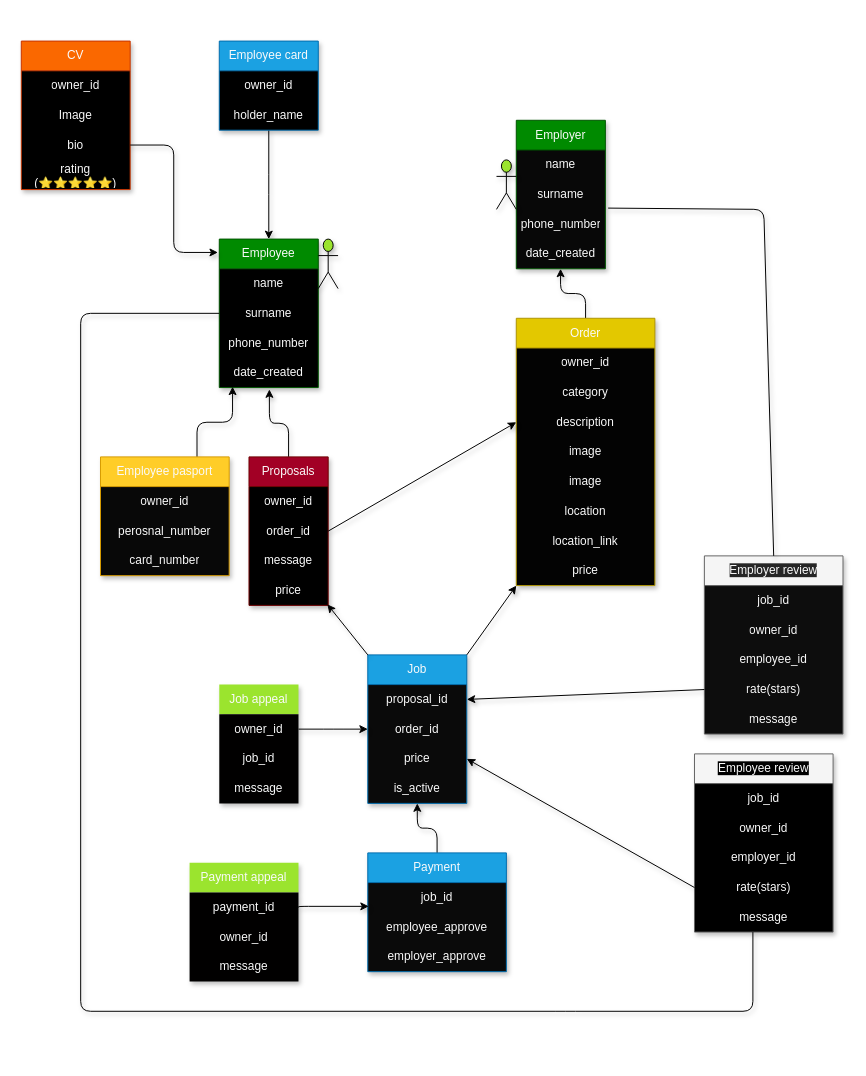
Before: draw.drawio in Labbay-Hizmatizda/Employer-bot-telegram, a draw.io diagram. Source tidied: cells renumbered, new cells numbered last; positions are measured from the earlier drawing's top-left corner, leaving out a move shared by most shapes. Both pictures are drawn from the tidied source at 99%, with x=0, y=0 at pixel (21, 41).
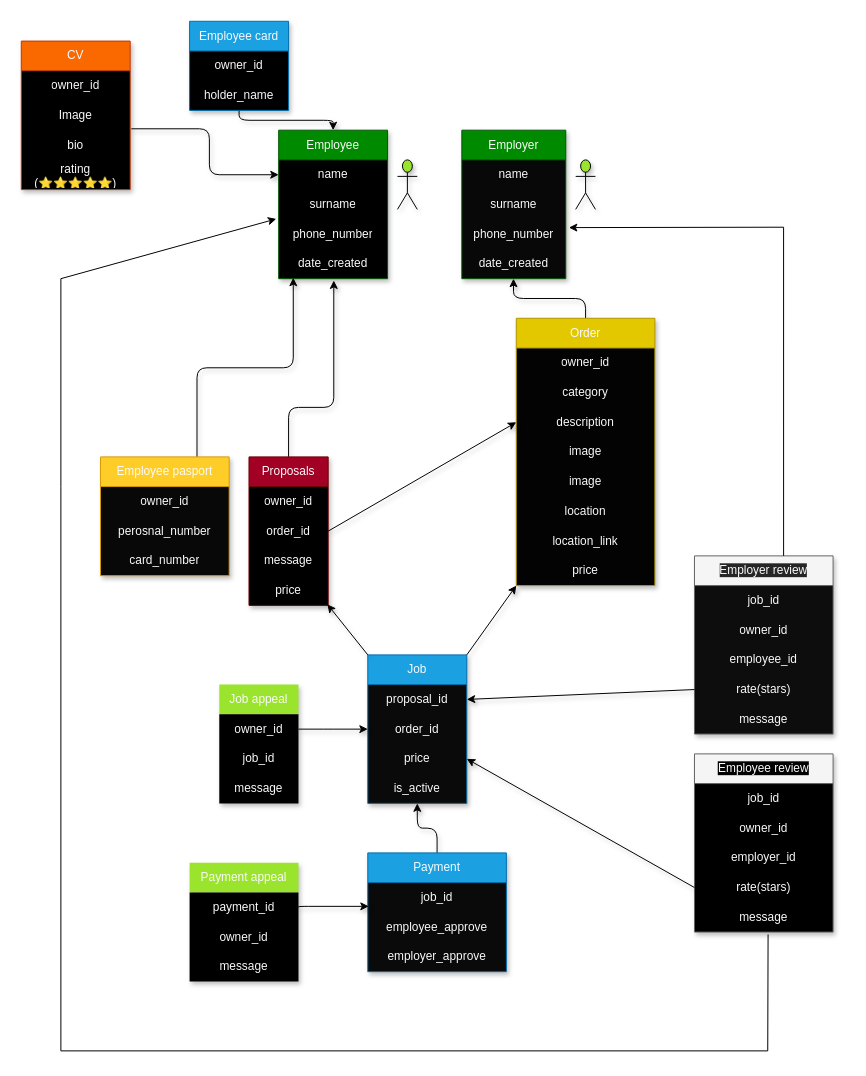
The same page after the edit.

The change refers to these unchanged cells:
```xml
<mxCell id="17" value="Proposals" style="swimlane;fontStyle=0;horizontal=1;startSize=30;whiteSpace=wrap;html=1;fillColor=#a20025;fontColor=#fafafa;strokeColor=#6F0000;swimlaneFillColor=#000000;align=center;labelBackgroundColor=none;shadow=1;" parent="1" vertex="1">
  <mxGeometry x="230" y="420" width="80" height="150" as="geometry" />
</mxCell>
<mxCell id="58" value="bio" style="text;strokeColor=none;fillColor=none;align=center;verticalAlign=middle;spacingLeft=4;spacingRight=4;overflow=hidden;points=[[0,0.5],[1,0.5]];portConstraint=eastwest;whiteSpace=wrap;html=1;fillStyle=cross-hatch;fontColor=#fafafa;labelBackgroundColor=none;shadow=1;" parent="55" vertex="1">
  <mxGeometry y="90" width="110" height="30" as="geometry" />
</mxCell>
<mxCell id="80" value="message" style="text;strokeColor=none;fillColor=none;align=center;verticalAlign=middle;spacingLeft=4;spacingRight=4;overflow=hidden;points=[[0,0.5],[1,0.5]];portConstraint=eastwest;whiteSpace=wrap;html=1;labelBackgroundColor=none;fontColor=#fafafa;shadow=1;" parent="75" vertex="1">
  <mxGeometry y="150" width="140" height="30" as="geometry" />
</mxCell>
```

The edit, as a diff of the source:
```diff
@@
     <mxCell id="3" value="Employee card" style="swimlane;fontStyle=0;horizontal=1;startSize=30;whiteSpace=wrap;html=1;fillColor=#1ba1e2;fontColor=#fafafa;strokeColor=#006EAF;gradientColor=none;swimlaneFillColor=#000000;align=center;labelBackgroundColor=none;shadow=1;" parent="1" vertex="1">
-      <mxGeometry x="200" width="100" height="90" as="geometry" />
+      <mxGeometry x="170" y="-20" width="100" height="90" as="geometry" />
     </mxCell>
@@
     <mxCell id="6" value="Employee" style="swimlane;fontStyle=0;horizontal=1;startSize=30;whiteSpace=wrap;html=1;fillColor=#008a00;fontColor=#fafafa;strokeColor=#005700;swimlaneFillColor=#000000;align=center;labelBackgroundColor=none;shadow=1;" parent="1" vertex="1">
-      <mxGeometry x="200" y="200" width="100" height="150" as="geometry" />
+      <mxGeometry x="260" y="90" width="110" height="150" as="geometry" />
     </mxCell>
     <mxCell id="7" value="name" style="text;strokeColor=none;fillColor=none;align=center;verticalAlign=middle;spacingLeft=4;spacingRight=4;overflow=hidden;points=[[0,0.5],[1,0.5]];portConstraint=eastwest;whiteSpace=wrap;html=1;labelBackgroundColor=none;fontColor=#fafafa;shadow=1;" parent="6" vertex="1">
-      <mxGeometry y="30" width="100" height="30" as="geometry" />
+      <mxGeometry y="30" width="110" height="30" as="geometry" />
     </mxCell>
     <mxCell id="8" value="surname" style="text;strokeColor=none;fillColor=none;align=center;verticalAlign=middle;spacingLeft=4;spacingRight=4;overflow=hidden;points=[[0,0.5],[1,0.5]];portConstraint=eastwest;whiteSpace=wrap;html=1;labelBackgroundColor=none;fontColor=#fafafa;shadow=1;" parent="6" vertex="1">
-      <mxGeometry y="60" width="100" height="30" as="geometry" />
+      <mxGeometry y="60" width="110" height="30" as="geometry" />
     </mxCell>
     <mxCell id="9" value="phone_number" style="text;strokeColor=none;fillColor=none;align=center;verticalAlign=middle;spacingLeft=4;spacingRight=4;overflow=hidden;points=[[0,0.5],[1,0.5]];portConstraint=eastwest;whiteSpace=wrap;html=1;labelBackgroundColor=none;fontColor=#fafafa;shadow=1;" parent="6" vertex="1">
-      <mxGeometry y="90" width="100" height="30" as="geometry" />
+      <mxGeometry y="90" width="110" height="30" as="geometry" />
     </mxCell>
     <mxCell id="10" value="date_created" style="text;strokeColor=none;fillColor=none;align=center;verticalAlign=middle;spacingLeft=4;spacingRight=4;overflow=hidden;points=[[0,0.5],[1,0.5]];portConstraint=eastwest;whiteSpace=wrap;html=1;labelBackgroundColor=none;fontColor=#fafafa;shadow=1;" parent="6" vertex="1">
-      <mxGeometry y="120" width="100" height="30" as="geometry" />
+      <mxGeometry y="120" width="110" height="30" as="geometry" />
     </mxCell>
@@
     <mxCell id="16" style="edgeStyle=elbowEdgeStyle;elbow=vertical;html=1;exitX=0.5;exitY=0;exitDx=0;exitDy=0;entryX=0.506;entryY=1.061;entryDx=0;entryDy=0;entryPerimeter=0;fontColor=#fafafa;align=center;labelBackgroundColor=none;shadow=1;" parent="1" edge="1" source="17" target="10">
-      <mxGeometry relative="1" as="geometry" />
+      <mxGeometry relative="1" as="geometry">
+        <Array as="points">
+          <mxPoint x="290" y="370" />
+        </Array>
+      </mxGeometry>
     </mxCell>
@@
     <mxCell id="37" value="&lt;span style=&quot;background-color: rgb(38, 38, 38);&quot;&gt;Employer review&lt;/span&gt;" style="swimlane;fontStyle=0;horizontal=1;startSize=30;whiteSpace=wrap;html=1;fillColor=#f5f5f5;fontColor=#fafafa;strokeColor=#666666;swimlaneFillColor=#0D0D0D;align=center;labelBackgroundColor=none;shadow=1;" parent="1" vertex="1">
-      <mxGeometry x="690" y="520" width="140" height="180" as="geometry" />
+      <mxGeometry x="680" y="520" width="140" height="180" as="geometry" />
     </mxCell>
@@
     <mxCell id="45" value="Employer" style="swimlane;fontStyle=0;horizontal=1;startSize=30;whiteSpace=wrap;html=1;fillColor=#008a00;fontColor=#fafafa;strokeColor=#005700;swimlaneFillColor=#080808;align=center;labelBackgroundColor=none;shadow=1;" parent="1" vertex="1">
-      <mxGeometry x="500" y="80" width="90" height="150" as="geometry" />
+      <mxGeometry x="445" y="90" width="105" height="150" as="geometry" />
     </mxCell>
     <mxCell id="46" value="name" style="text;strokeColor=none;fillColor=none;align=center;verticalAlign=middle;spacingLeft=4;spacingRight=4;overflow=hidden;whiteSpace=wrap;html=1;labelBackgroundColor=none;fontColor=#fafafa;shadow=1;" parent="45" vertex="1">
-      <mxGeometry y="30" width="90" height="30" as="geometry" />
+      <mxGeometry y="30" width="105" height="30" as="geometry" />
     </mxCell>
     <mxCell id="47" value="surname" style="text;strokeColor=none;fillColor=none;align=center;verticalAlign=middle;spacingLeft=4;spacingRight=4;overflow=hidden;whiteSpace=wrap;html=1;labelBackgroundColor=none;fontColor=#fafafa;shadow=1;" parent="45" vertex="1">
-      <mxGeometry y="60" width="90" height="30" as="geometry" />
+      <mxGeometry y="60" width="105" height="30" as="geometry" />
     </mxCell>
     <mxCell id="48" value="phone_number" style="text;strokeColor=none;fillColor=none;align=center;verticalAlign=middle;spacingLeft=4;spacingRight=4;overflow=hidden;points=[[0,0.5],[1,0.5]];portConstraint=eastwest;whiteSpace=wrap;html=1;labelBackgroundColor=none;fontColor=#fafafa;shadow=1;" parent="45" vertex="1">
-      <mxGeometry y="90" width="90" height="30" as="geometry" />
+      <mxGeometry y="90" width="105" height="30" as="geometry" />
     </mxCell>
     <mxCell id="49" value="date_created" style="text;strokeColor=none;fillColor=none;align=center;verticalAlign=middle;spacingLeft=4;spacingRight=4;overflow=hidden;points=[[0,0.5],[1,0.5]];portConstraint=eastwest;whiteSpace=wrap;html=1;labelBackgroundColor=none;fontColor=#fafafa;shadow=1;" parent="45" vertex="1">
-      <mxGeometry y="120" width="90" height="30" as="geometry" />
+      <mxGeometry y="120" width="105" height="30" as="geometry" />
     </mxCell>
@@
     <mxCell id="70" style="shape=umlActor;verticalLabelPosition=bottom;verticalAlign=top;html=1;fillStyle=auto;fontColor=#fafafa;fillColor=#9BE42E;align=center;labelBackgroundColor=none;shadow=1;" parent="1" vertex="1">
-      <mxGeometry x="300" y="200" width="20" height="50" as="geometry" />
+      <mxGeometry x="380" y="120" width="20" height="50" as="geometry" />
     </mxCell>
     <mxCell id="71" style="shape=umlActor;verticalLabelPosition=bottom;verticalAlign=top;html=1;fillStyle=auto;fontColor=#fafafa;fillColor=#9BE42E;align=center;labelBackgroundColor=none;shadow=1;" parent="1" vertex="1">
-      <mxGeometry x="480" y="120" width="20" height="50" as="geometry" />
+      <mxGeometry x="560" y="120" width="20" height="50" as="geometry" />
     </mxCell>
-    <mxCell id="72" style="edgeStyle=elbowEdgeStyle;html=1;exitX=1;exitY=0.5;exitDx=0;exitDy=0;fontColor=#fafafa;entryX=-0.014;entryY=0.09;entryDx=0;entryDy=0;entryPerimeter=0;align=center;labelBackgroundColor=none;shadow=1;" parent="1" edge="1" source="58" target="6">
-      <mxGeometry relative="1" as="geometry" />
+    <mxCell id="72" style="edgeStyle=elbowEdgeStyle;html=1;fontColor=#fafafa;align=center;labelBackgroundColor=none;shadow=1;exitX=1.011;exitY=-0.047;exitDx=0;exitDy=0;exitPerimeter=0;entryX=0;entryY=0.5;entryDx=0;entryDy=0;" parent="1" edge="1" source="58" target="7">
+      <mxGeometry relative="1" as="geometry">
+        <Array as="points">
+          <mxPoint x="190" y="100" />
+        </Array>
+      </mxGeometry>
     </mxCell>
@@
+    <mxCell id="85" style="endArrow=classic;html=1;rounded=0;entryX=-0.022;entryY=-0.013;entryDx=0;entryDy=0;entryPerimeter=0;exitX=0.531;exitY=1.08;exitDx=0;exitDy=0;exitPerimeter=0;" parent="1" edge="1" source="80" target="9">
+      <mxGeometry relative="1" as="geometry">
+        <Array as="points">
+          <mxPoint x="754" y="1020" />
+          <mxPoint x="40" y="1020" />
+          <mxPoint x="40" y="450" />
+          <mxPoint x="40" y="240" />
+        </Array>
+      </mxGeometry>
+    </mxCell>
-    <mxCell id="83" style="endArrow=none;html=1;fontColor=#fafafa;elbow=vertical;exitX=0.5;exitY=0;exitDx=0;exitDy=0;entryX=1.031;entryY=-0.043;entryDx=0;entryDy=0;entryPerimeter=0;align=center;labelBackgroundColor=none;shadow=1;" parent="1" edge="1" source="37" target="48">
+    <mxCell id="83" style="endArrow=classic;html=1;rounded=0;exitX=0.643;exitY=0;exitDx=0;exitDy=0;exitPerimeter=0;entryX=1.03;entryY=0.28;entryDx=0;entryDy=0;entryPerimeter=0;" parent="1" edge="1" source="37" target="48">
       <mxGeometry relative="1" as="geometry">
         <Array as="points">
-          <mxPoint x="750" y="170" />
+          <mxPoint x="770" y="188" />
         </Array>
       </mxGeometry>
     </mxCell>
-    <mxCell id="84" style="endArrow=none;html=1;fontColor=#fafafa;elbow=vertical;exitX=0;exitY=0.5;exitDx=0;exitDy=0;align=center;labelBackgroundColor=none;shadow=1;" parent="1" edge="1" source="8">
-      <mxGeometry relative="1" as="geometry">
-        <mxPoint x="739" y="900" as="targetPoint" />
-        <Array as="points">
-          <mxPoint x="60" y="275" />
-          <mxPoint x="60" y="980" />
-          <mxPoint x="550" y="980" />
-          <mxPoint x="739" y="980" />
-        </Array>
-      </mxGeometry>
-    </mxCell>
```
